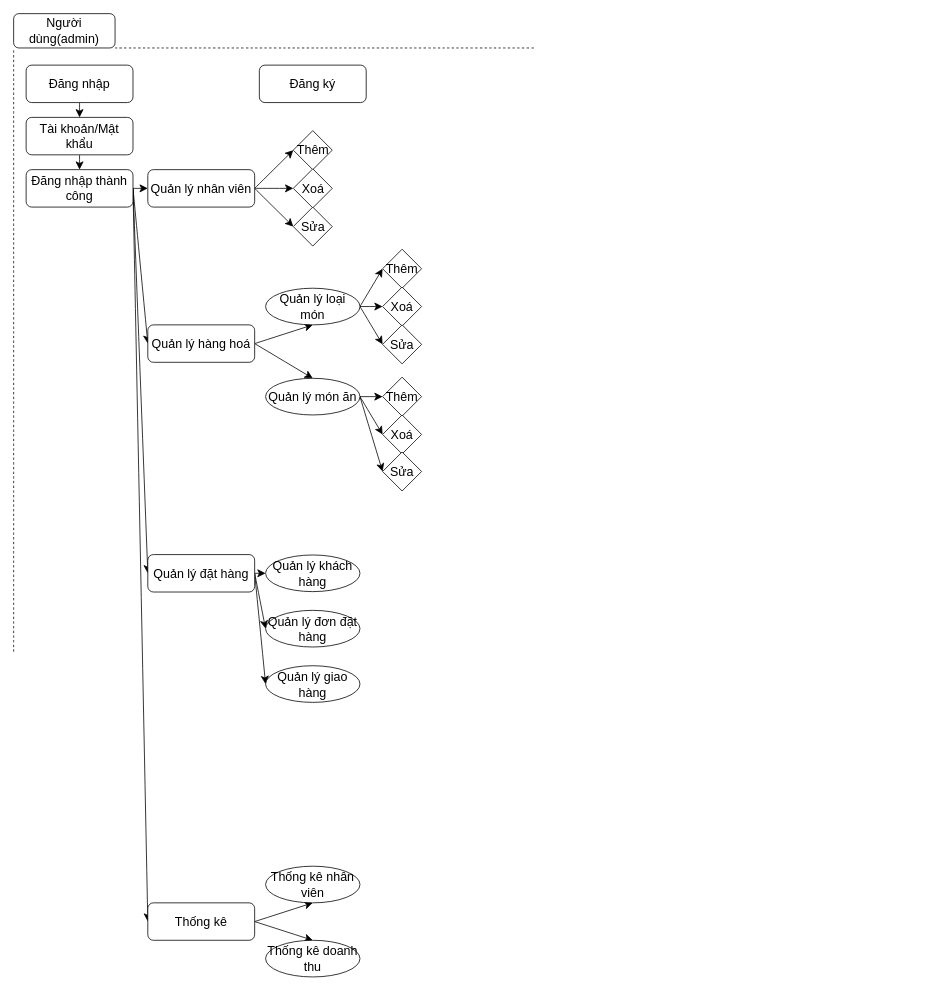
Above: CNPM.drawio in DucTri1611/CNPM (draw.io), before the change. Source tidied: cells renumbered, new cells numbered last; positions are measured from the earlier drawing's top-left corner, leaving out a move shared by most shapes. Both pictures are drawn from the tidied source at 78%, with x=0, y=0 at pixel (13, 13).
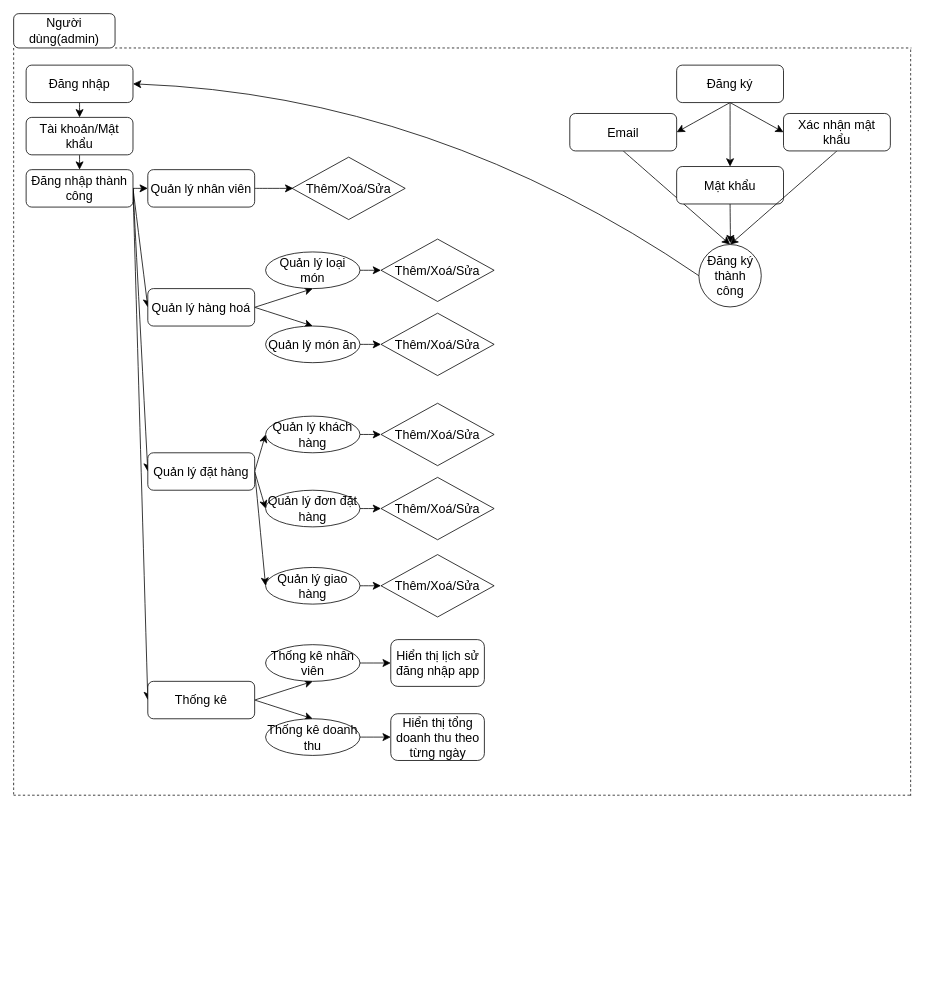
The same diagram, later.

The change refers to these unchanged cells:
```xml
<mxCell id="2" value="Người dùng(admin)" style="rounded=1;whiteSpace=wrap;html=1;fontSize=16;" parent="1" vertex="1">
  <mxGeometry width="130" height="44" as="geometry" />
</mxCell>
<mxCell id="6" value="Đăng nhập" style="rounded=1;whiteSpace=wrap;html=1;fontSize=16;" parent="1" vertex="1">
  <mxGeometry x="16" y="66" width="137" height="48" as="geometry" />
</mxCell>
<mxCell id="18" value="Quản lý nhân viên" style="rounded=1;whiteSpace=wrap;html=1;fontSize=16;" parent="1" vertex="1">
  <mxGeometry x="172" y="200" width="137" height="48" as="geometry" />
</mxCell>
```

Change to the diagram source:
```diff
@@
     <mxCell id="3" style="endArrow=none;dashed=1;html=1;rounded=0;fontSize=12;startSize=8;endSize=8;edgeStyle=none;curved=1;exitX=1;exitY=1;exitDx=0;exitDy=0;" parent="1" edge="1" source="2">
       <mxGeometry relative="1" as="geometry">
-        <mxPoint x="669" y="44" as="targetPoint" />
+        <mxPoint x="1151" y="44" as="targetPoint" />
       </mxGeometry>
     </mxCell>
     <mxCell id="4" style="endArrow=none;dashed=1;html=1;rounded=0;fontSize=12;startSize=8;endSize=8;edgeStyle=none;curved=1;entryX=0;entryY=1;entryDx=0;entryDy=0;" parent="1" edge="1" target="2">
       <mxGeometry relative="1" as="geometry">
-        <mxPoint y="818" as="sourcePoint" />
+        <mxPoint y="1001" as="sourcePoint" />
       </mxGeometry>
     </mxCell>
@@
+    <mxCell id="51" style="edgeStyle=none;curved=1;rounded=0;jettySize=auto;html=1;exitX=0.5;exitY=1;exitDx=0;exitDy=0;entryX=0.5;entryY=0;entryDx=0;entryDy=0;fontSize=12;startSize=8;endSize=8;" parent="1" edge="1" source="7" target="72">
+      <mxGeometry relative="1" as="geometry" />
+    </mxCell>
+    <mxCell id="52" style="edgeStyle=none;curved=1;rounded=0;jettySize=auto;html=1;exitX=0.5;exitY=1;exitDx=0;exitDy=0;entryX=1;entryY=0.5;entryDx=0;entryDy=0;fontSize=12;startSize=8;endSize=8;" parent="1" edge="1" source="7" target="70">
+      <mxGeometry relative="1" as="geometry" />
+    </mxCell>
+    <mxCell id="53" style="edgeStyle=none;curved=1;rounded=0;jettySize=auto;html=1;exitX=0.5;exitY=1;exitDx=0;exitDy=0;entryX=0;entryY=0.5;entryDx=0;entryDy=0;fontSize=12;startSize=8;endSize=8;" parent="1" edge="1" source="7" target="74">
+      <mxGeometry relative="1" as="geometry" />
+    </mxCell>
     <mxCell id="7" value="Đăng ký" style="rounded=1;whiteSpace=wrap;html=1;fontSize=16;" parent="1" vertex="1">
-      <mxGeometry x="315" y="66" width="137" height="48" as="geometry" />
+      <mxGeometry x="850" y="66" width="137" height="48" as="geometry" />
     </mxCell>
@@
-    <mxCell id="15" style="edgeStyle=none;curved=1;rounded=0;jettySize=auto;html=1;exitX=1;exitY=0.5;exitDx=0;exitDy=0;entryX=0;entryY=0.5;entryDx=0;entryDy=0;fontSize=12;startSize=8;endSize=8;" parent="1" edge="1" source="18" target="29">
-      <mxGeometry relative="1" as="geometry" />
-    </mxCell>
-    <mxCell id="16" style="edgeStyle=none;curved=1;rounded=0;jettySize=auto;html=1;exitX=1;exitY=0.5;exitDx=0;exitDy=0;entryX=0;entryY=0.5;entryDx=0;entryDy=0;fontSize=12;startSize=8;endSize=8;" parent="1" edge="1" source="18" target="30">
-      <mxGeometry relative="1" as="geometry" />
+    <mxCell id="16" style="edgeStyle=none;curved=1;rounded=0;jettySize=auto;html=1;exitX=1;exitY=0.5;exitDx=0;exitDy=0;entryX=0;entryY=0.5;entryDx=0;entryDy=0;fontSize=12;startSize=8;endSize=8;" parent="1" edge="1" source="18">
+      <mxGeometry relative="1" as="geometry">
+        <mxPoint x="358.5" y="224" as="targetPoint" />
+      </mxGeometry>
     </mxCell>
-    <mxCell id="17" style="edgeStyle=none;curved=1;rounded=0;jettySize=auto;html=1;exitX=1;exitY=0.5;exitDx=0;exitDy=0;entryX=0;entryY=0.5;entryDx=0;entryDy=0;fontSize=12;startSize=8;endSize=8;" parent="1" edge="1" source="18" target="31">
-      <mxGeometry relative="1" as="geometry" />
-    </mxCell>
@@
     <mxCell id="21" value="Quản lý hàng hoá" style="rounded=1;whiteSpace=wrap;html=1;fontSize=16;" parent="1" vertex="1">
-      <mxGeometry x="172" y="399" width="137" height="48" as="geometry" />
+      <mxGeometry x="172" y="352.5" width="137" height="48" as="geometry" />
     </mxCell>
@@
     <mxCell id="25" value="Quản lý đặt hàng" style="rounded=1;whiteSpace=wrap;html=1;fontSize=16;" parent="1" vertex="1">
-      <mxGeometry x="172" y="693.5" width="137" height="48" as="geometry" />
+      <mxGeometry x="172" y="563" width="137" height="48" as="geometry" />
     </mxCell>
@@
     <mxCell id="28" value="Thống kê" style="rounded=1;whiteSpace=wrap;html=1;fontSize=16;" parent="1" vertex="1">
-      <mxGeometry x="172" y="1140" width="137" height="48" as="geometry" />
+      <mxGeometry x="172" y="856" width="137" height="48" as="geometry" />
     </mxCell>
-    <mxCell id="29" value="Thêm" style="rhombus;whiteSpace=wrap;html=1;fontSize=16;" parent="1" vertex="1">
-      <mxGeometry x="358.5" y="150" width="50" height="50" as="geometry" />
-    </mxCell>
-    <mxCell id="30" value="Xoá" style="rhombus;whiteSpace=wrap;html=1;fontSize=16;" parent="1" vertex="1">
-      <mxGeometry x="358.5" y="199" width="50" height="50" as="geometry" />
-    </mxCell>
-    <mxCell id="31" value="Sửa" style="rhombus;whiteSpace=wrap;html=1;fontSize=16;" parent="1" vertex="1">
-      <mxGeometry x="358.5" y="248" width="50" height="50" as="geometry" />
-    </mxCell>
-    <mxCell id="32" style="edgeStyle=none;curved=1;rounded=0;jettySize=auto;html=1;exitX=1;exitY=0.5;exitDx=0;exitDy=0;entryX=0;entryY=0.5;entryDx=0;entryDy=0;fontSize=12;startSize=8;endSize=8;" parent="1" edge="1" source="35" target="40">
-      <mxGeometry relative="1" as="geometry" />
-    </mxCell>
-    <mxCell id="33" style="edgeStyle=none;curved=1;rounded=0;jettySize=auto;html=1;exitX=1;exitY=0.5;exitDx=0;exitDy=0;entryX=0;entryY=0.5;entryDx=0;entryDy=0;fontSize=12;startSize=8;endSize=8;" parent="1" edge="1" source="35" target="41">
-      <mxGeometry relative="1" as="geometry" />
-    </mxCell>
-    <mxCell id="34" style="edgeStyle=none;curved=1;rounded=0;jettySize=auto;html=1;exitX=1;exitY=0.5;exitDx=0;exitDy=0;entryX=0;entryY=0.5;entryDx=0;entryDy=0;fontSize=12;startSize=8;endSize=8;" parent="1" edge="1" source="35" target="42">
-      <mxGeometry relative="1" as="geometry" />
-    </mxCell>
+    <mxCell id="54" style="edgeStyle=none;curved=1;rounded=0;jettySize=auto;html=1;exitX=1;exitY=0.5;exitDx=0;exitDy=0;entryX=0;entryY=0.5;entryDx=0;entryDy=0;fontSize=12;startSize=8;endSize=8;" parent="1" edge="1" source="35" target="62">
+      <mxGeometry relative="1" as="geometry" />
+    </mxCell>
     <mxCell id="35" value="Quản lý loại món" style="ellipse;whiteSpace=wrap;html=1;fontSize=16;" parent="1" vertex="1">
-      <mxGeometry x="323" y="352" width="121" height="47" as="geometry" />
+      <mxGeometry x="323" y="305.5" width="121" height="47" as="geometry" />
     </mxCell>
-    <mxCell id="36" style="edgeStyle=none;curved=1;rounded=0;jettySize=auto;html=1;exitX=1;exitY=0.5;exitDx=0;exitDy=0;entryX=0;entryY=0.5;entryDx=0;entryDy=0;fontSize=12;startSize=8;endSize=8;" parent="1" edge="1" source="39" target="43">
-      <mxGeometry relative="1" as="geometry" />
-    </mxCell>
-    <mxCell id="37" style="edgeStyle=none;curved=1;rounded=0;jettySize=auto;html=1;exitX=1;exitY=0.5;exitDx=0;exitDy=0;entryX=0;entryY=0.5;entryDx=0;entryDy=0;fontSize=12;startSize=8;endSize=8;" parent="1" edge="1" source="39" target="44">
-      <mxGeometry relative="1" as="geometry" />
-    </mxCell>
-    <mxCell id="38" style="edgeStyle=none;curved=1;rounded=0;jettySize=auto;html=1;exitX=1;exitY=0.5;exitDx=0;exitDy=0;entryX=0;entryY=0.5;entryDx=0;entryDy=0;fontSize=12;startSize=8;endSize=8;" parent="1" edge="1" source="39" target="45">
-      <mxGeometry relative="1" as="geometry" />
-    </mxCell>
+    <mxCell id="55" style="edgeStyle=none;curved=1;rounded=0;jettySize=auto;html=1;exitX=1;exitY=0.5;exitDx=0;exitDy=0;entryX=0;entryY=0.5;entryDx=0;entryDy=0;fontSize=12;startSize=8;endSize=8;" parent="1" edge="1" source="39" target="63">
+      <mxGeometry relative="1" as="geometry" />
+    </mxCell>
     <mxCell id="39" value="Quản lý món ăn" style="ellipse;whiteSpace=wrap;html=1;fontSize=16;" parent="1" vertex="1">
-      <mxGeometry x="323" y="467.5" width="121" height="47" as="geometry" />
+      <mxGeometry x="323" y="400.5" width="121" height="47" as="geometry" />
     </mxCell>
-    <mxCell id="40" value="Thêm" style="rhombus;whiteSpace=wrap;html=1;fontSize=16;" parent="1" vertex="1">
-      <mxGeometry x="473" y="302" width="50" height="50" as="geometry" />
-    </mxCell>
-    <mxCell id="41" value="Xoá" style="rhombus;whiteSpace=wrap;html=1;fontSize=16;" parent="1" vertex="1">
-      <mxGeometry x="473" y="350.5" width="50" height="50" as="geometry" />
-    </mxCell>
-    <mxCell id="42" value="Sửa" style="rhombus;whiteSpace=wrap;html=1;fontSize=16;" parent="1" vertex="1">
-      <mxGeometry x="473" y="399" width="50" height="50" as="geometry" />
-    </mxCell>
-    <mxCell id="43" value="Thêm" style="rhombus;whiteSpace=wrap;html=1;fontSize=16;" parent="1" vertex="1">
-      <mxGeometry x="473" y="466" width="50" height="50" as="geometry" />
-    </mxCell>
-    <mxCell id="44" value="Xoá" style="rhombus;whiteSpace=wrap;html=1;fontSize=16;" parent="1" vertex="1">
-      <mxGeometry x="473" y="514.5" width="50" height="50" as="geometry" />
-    </mxCell>
-    <mxCell id="45" value="Sửa" style="rhombus;whiteSpace=wrap;html=1;fontSize=16;" parent="1" vertex="1">
-      <mxGeometry x="473" y="562" width="50" height="50" as="geometry" />
-    </mxCell>
+    <mxCell id="56" style="edgeStyle=none;curved=1;rounded=0;jettySize=auto;html=1;exitX=1;exitY=0.5;exitDx=0;exitDy=0;entryX=0;entryY=0.5;entryDx=0;entryDy=0;fontSize=12;startSize=8;endSize=8;" parent="1" edge="1" source="46" target="64">
+      <mxGeometry relative="1" as="geometry" />
+    </mxCell>
     <mxCell id="46" value="Quản lý khách hàng" style="ellipse;whiteSpace=wrap;html=1;fontSize=16;" parent="1" vertex="1">
-      <mxGeometry x="323" y="694" width="121" height="47" as="geometry" />
+      <mxGeometry x="323" y="516" width="121" height="47" as="geometry" />
     </mxCell>
+    <mxCell id="57" style="edgeStyle=none;curved=1;rounded=0;jettySize=auto;html=1;exitX=1;exitY=0.5;exitDx=0;exitDy=0;entryX=0;entryY=0.5;entryDx=0;entryDy=0;fontSize=12;startSize=8;endSize=8;" parent="1" edge="1" source="47" target="65">
+      <mxGeometry relative="1" as="geometry" />
+    </mxCell>
     <mxCell id="47" value="Quản lý đơn đặt hàng" style="ellipse;whiteSpace=wrap;html=1;fontSize=16;" parent="1" vertex="1">
-      <mxGeometry x="323" y="765" width="121" height="47" as="geometry" />
+      <mxGeometry x="323" y="611" width="121" height="47" as="geometry" />
     </mxCell>
+    <mxCell id="58" style="edgeStyle=none;curved=1;rounded=0;jettySize=auto;html=1;exitX=1;exitY=0.5;exitDx=0;exitDy=0;entryX=0;entryY=0.5;entryDx=0;entryDy=0;fontSize=12;startSize=8;endSize=8;" parent="1" edge="1" source="48" target="66">
+      <mxGeometry relative="1" as="geometry" />
+    </mxCell>
     <mxCell id="48" value="Quản lý giao hàng" style="ellipse;whiteSpace=wrap;html=1;fontSize=16;" parent="1" vertex="1">
-      <mxGeometry x="323" y="836" width="121" height="47" as="geometry" />
+      <mxGeometry x="323" y="710" width="121" height="47" as="geometry" />
     </mxCell>
+    <mxCell id="59" style="edgeStyle=none;curved=1;rounded=0;jettySize=auto;html=1;exitX=1;exitY=0.5;exitDx=0;exitDy=0;entryX=0;entryY=0.5;entryDx=0;entryDy=0;fontSize=12;startSize=8;endSize=8;" parent="1" edge="1" source="49" target="67">
+      <mxGeometry relative="1" as="geometry" />
+    </mxCell>
     <mxCell id="49" value="Thống kê nhân viên" style="ellipse;whiteSpace=wrap;html=1;fontSize=16;" parent="1" vertex="1">
-      <mxGeometry x="323" y="1093" width="121" height="47" as="geometry" />
+      <mxGeometry x="323" y="809" width="121" height="47" as="geometry" />
     </mxCell>
+    <mxCell id="60" style="edgeStyle=none;curved=1;rounded=0;jettySize=auto;html=1;exitX=1;exitY=0.5;exitDx=0;exitDy=0;entryX=0;entryY=0.5;entryDx=0;entryDy=0;fontSize=12;startSize=8;endSize=8;" parent="1" edge="1" source="50" target="68">
+      <mxGeometry relative="1" as="geometry" />
+    </mxCell>
     <mxCell id="50" value="Thống kê doanh thu" style="ellipse;whiteSpace=wrap;html=1;fontSize=16;" parent="1" vertex="1">
-      <mxGeometry x="323" y="1188" width="121" height="47" as="geometry" />
+      <mxGeometry x="323" y="904" width="121" height="47" as="geometry" />
     </mxCell>
+    <mxCell id="61" value="Thêm/Xoá/Sửa" style="rhombus;whiteSpace=wrap;html=1;fontSize=16;" parent="1" vertex="1">
+      <mxGeometry x="357" y="184" width="145" height="80" as="geometry" />
+    </mxCell>
+    <mxCell id="62" value="Thêm/Xoá/Sửa" style="rhombus;whiteSpace=wrap;html=1;fontSize=16;" parent="1" vertex="1">
+      <mxGeometry x="471" y="289" width="145" height="80" as="geometry" />
+    </mxCell>
+    <mxCell id="63" value="Thêm/Xoá/Sửa" style="rhombus;whiteSpace=wrap;html=1;fontSize=16;" parent="1" vertex="1">
+      <mxGeometry x="471" y="384" width="145" height="80" as="geometry" />
+    </mxCell>
+    <mxCell id="64" value="Thêm/Xoá/Sửa" style="rhombus;whiteSpace=wrap;html=1;fontSize=16;" parent="1" vertex="1">
+      <mxGeometry x="471" y="499.5" width="145" height="80" as="geometry" />
+    </mxCell>
+    <mxCell id="65" value="Thêm/Xoá/Sửa" style="rhombus;whiteSpace=wrap;html=1;fontSize=16;" parent="1" vertex="1">
+      <mxGeometry x="471" y="594.5" width="145" height="80" as="geometry" />
+    </mxCell>
+    <mxCell id="66" value="Thêm/Xoá/Sửa" style="rhombus;whiteSpace=wrap;html=1;fontSize=16;" parent="1" vertex="1">
+      <mxGeometry x="471" y="693.5" width="145" height="80" as="geometry" />
+    </mxCell>
+    <mxCell id="67" value="Hiển thị lịch sử đăng nhập app" style="rounded=1;whiteSpace=wrap;html=1;fontSize=16;" parent="1" vertex="1">
+      <mxGeometry x="483.5" y="802.5" width="120" height="60" as="geometry" />
+    </mxCell>
+    <mxCell id="68" value="Hiển thị tổng doanh thu theo từng ngày" style="rounded=1;whiteSpace=wrap;html=1;fontSize=16;" parent="1" vertex="1">
+      <mxGeometry x="483.5" y="897.5" width="120" height="60" as="geometry" />
+    </mxCell>
+    <mxCell id="69" style="edgeStyle=none;curved=1;rounded=0;jettySize=auto;html=1;exitX=0.5;exitY=1;exitDx=0;exitDy=0;entryX=0.5;entryY=0;entryDx=0;entryDy=0;fontSize=12;startSize=8;endSize=8;" parent="1" edge="1" source="70" target="76">
+      <mxGeometry relative="1" as="geometry" />
+    </mxCell>
+    <mxCell id="70" value="Email" style="rounded=1;whiteSpace=wrap;html=1;fontSize=16;" parent="1" vertex="1">
+      <mxGeometry x="713" y="128" width="137" height="48" as="geometry" />
+    </mxCell>
+    <mxCell id="71" style="edgeStyle=none;curved=1;rounded=0;jettySize=auto;html=1;exitX=0.5;exitY=1;exitDx=0;exitDy=0;fontSize=12;startSize=8;endSize=8;" parent="1" edge="1" source="72">
+      <mxGeometry relative="1" as="geometry">
+        <mxPoint x="919" y="294.3" as="targetPoint" />
+      </mxGeometry>
+    </mxCell>
+    <mxCell id="72" value="Mật khẩu" style="rounded=1;whiteSpace=wrap;html=1;fontSize=16;" parent="1" vertex="1">
+      <mxGeometry x="850" y="196" width="137" height="48" as="geometry" />
+    </mxCell>
+    <mxCell id="73" style="edgeStyle=none;curved=1;rounded=0;jettySize=auto;html=1;exitX=0.5;exitY=1;exitDx=0;exitDy=0;entryX=0.5;entryY=0;entryDx=0;entryDy=0;fontSize=12;startSize=8;endSize=8;" parent="1" edge="1" source="74" target="76">
+      <mxGeometry relative="1" as="geometry" />
+    </mxCell>
+    <mxCell id="74" value="Xác nhận mật khẩu" style="rounded=1;whiteSpace=wrap;html=1;fontSize=16;" parent="1" vertex="1">
+      <mxGeometry x="987" y="128" width="137" height="48" as="geometry" />
+    </mxCell>
+    <mxCell id="75" style="edgeStyle=none;curved=1;rounded=0;jettySize=auto;html=1;exitX=0;exitY=0.5;exitDx=0;exitDy=0;entryX=1;entryY=0.5;entryDx=0;entryDy=0;fontSize=12;startSize=8;endSize=8;" parent="1" edge="1" source="76" target="6">
+      <mxGeometry relative="1" as="geometry">
+        <Array as="points">
+          <mxPoint x="540" y="105" />
+        </Array>
+      </mxGeometry>
+    </mxCell>
+    <mxCell id="76" value="Đăng ký thành công" style="ellipse;whiteSpace=wrap;html=1;fontSize=16;" parent="1" vertex="1">
+      <mxGeometry x="878.5" y="296" width="80" height="80" as="geometry" />
+    </mxCell>
+    <mxCell id="77" style="endArrow=none;dashed=1;html=1;rounded=0;fontSize=12;startSize=8;endSize=8;edgeStyle=none;curved=1;" parent="1" edge="1">
+      <mxGeometry relative="1" as="geometry">
+        <mxPoint x="1150" y="1003" as="sourcePoint" />
+        <mxPoint x="1150" y="45" as="targetPoint" />
+      </mxGeometry>
+    </mxCell>
+    <mxCell id="78" style="endArrow=none;dashed=1;html=1;rounded=0;fontSize=12;startSize=8;endSize=8;edgeStyle=none;curved=1;" parent="1" edge="1">
+      <mxGeometry relative="1" as="geometry">
+        <mxPoint y="1002" as="sourcePoint" />
+        <mxPoint x="1151" y="1002" as="targetPoint" />
+      </mxGeometry>
+    </mxCell>
```
